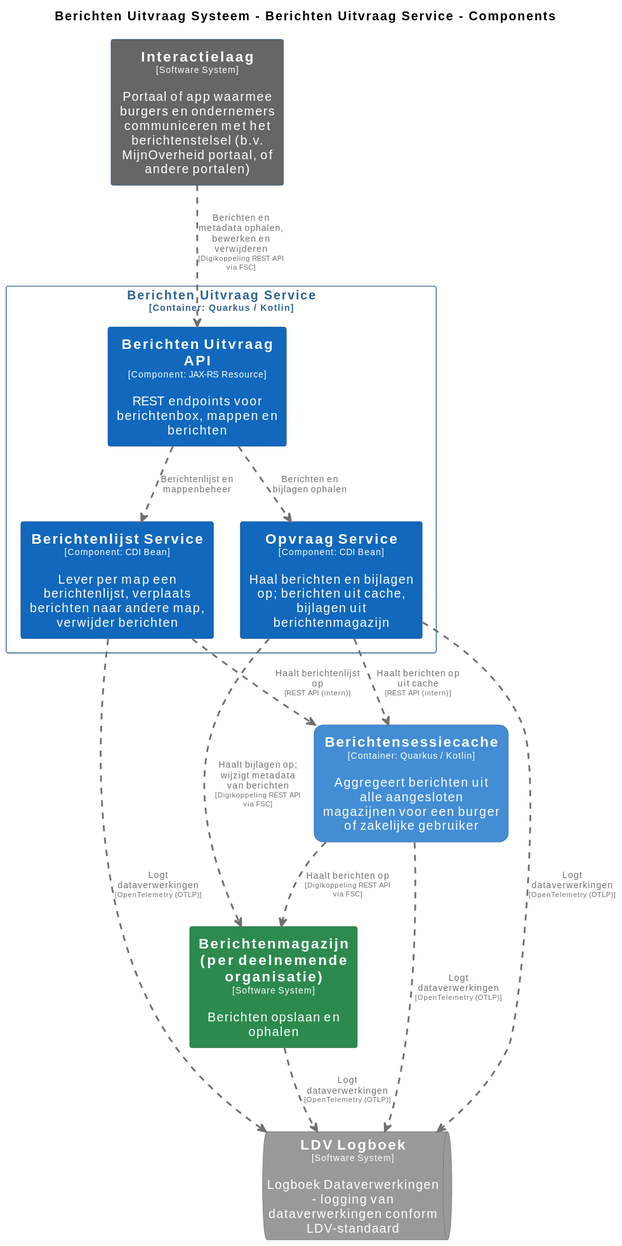
MinBZK/moza-poc-fbs-berichtenbox keeps this PlantUML diagram as pr-preview/pr-22/master/svg/BerichtenUitvraagServiceComponenten.svg. Above is the earlier version. Its source is kept beside it as pr-preview/pr-22/master/puml/BerichtenUitvraagServiceComponenten.puml.
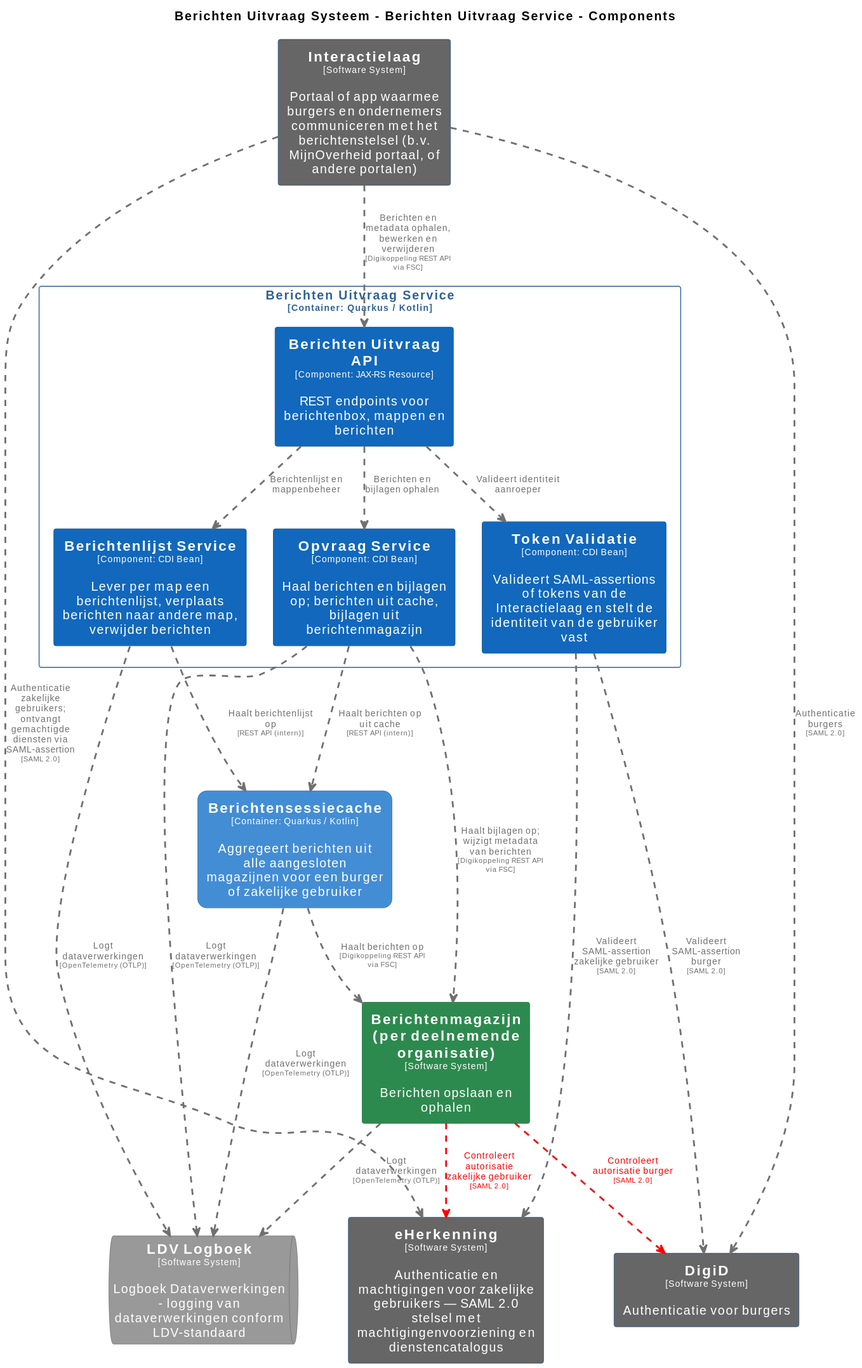
Later version of the same file.

What changed in the source:
```diff
@@ -40,6 +40,12 @@
   roundCorner 20
   shadowing false
 }
+skinparam rectangle<<DigiD>> {
+  BackgroundColor #666666
+  FontColor #ffffff
+  BorderColor #0b4884
+  shadowing false
+}
 skinparam rectangle<<Interactielaag>> {
   BackgroundColor #666666
   FontColor #ffffff
@@ -58,6 +64,18 @@
   BorderColor #0b4884
   shadowing false
 }
+skinparam rectangle<<BerichtenUitvraagSysteem.BerichtenUitvraagService.TokenValidatie>> {
+  BackgroundColor #1168bd
+  FontColor #ffffff
+  BorderColor #0b4884
+  shadowing false
+}
+skinparam rectangle<<eHerkenning>> {
+  BackgroundColor #666666
+  FontColor #ffffff
+  BorderColor #0b4884
+  shadowing false
+}
 skinparam rectangle<<BerichtenUitvraagSysteem.BerichtenUitvraagService>> {
   BorderColor #2e6295
   FontColor #2e6295
@@ -65,25 +83,35 @@
 }
 
 rectangle "==Interactielaag\n<size:10>[Software System]</size>\n\nPortaal of app waarmee burgers en ondernemers communiceren met het berichtenstelsel (b.v. MijnOverheid portaal, of andere portalen)" <<Interactielaag>> as Interactielaag
+rectangle "==eHerkenning\n<size:10>[Software System]</size>\n\nAuthenticatie en machtigingen voor zakelijke gebruikers — SAML 2.0 stelsel met machtigingenvoorziening en dienstencatalogus" <<eHerkenning>> as eHerkenning
+rectangle "==DigiD\n<size:10>[Software System]</size>\n\nAuthenticatie voor burgers" <<DigiD>> as DigiD
 rectangle "==Berichtenmagazijn (per deelnemende organisatie)\n<size:10>[Software System]</size>\n\nBerichten opslaan en ophalen" <<Berichtenmagazijnperdeelnemendeorganisatie>> as Berichtenmagazijnperdeelnemendeorganisatie
 rectangle "==Berichtensessiecache\n<size:10>[Container: Quarkus / Kotlin]</size>\n\nAggregeert berichten uit alle aangesloten magazijnen voor een burger of zakelijke gebruiker" <<BerichtenUitvraagSysteem.Berichtensessiecache>> as BerichtenUitvraagSysteem.Berichtensessiecache
 queue "==LDV Logboek\n<size:10>[Software System]</size>\n\nLogboek Dataverwerkingen - logging van dataverwerkingen conform LDV-standaard" <<LDVLogboek>> as LDVLogboek
 
 rectangle "Berichten Uitvraag Service\n<size:10>[Container: Quarkus / Kotlin]</size>" <<BerichtenUitvraagSysteem.BerichtenUitvraagService>> {
   rectangle "==Berichten Uitvraag API\n<size:10>[Component: JAX-RS Resource]</size>\n\nREST endpoints voor berichtenbox, mappen en berichten" <<BerichtenUitvraagSysteem.BerichtenUitvraagService.BerichtenUitvraagAPI>> as BerichtenUitvraagSysteem.BerichtenUitvraagService.BerichtenUitvraagAPI
+  rectangle "==Token Validatie\n<size:10>[Component: CDI Bean]</size>\n\nValideert SAML-assertions of tokens van de Interactielaag en stelt de identiteit van de gebruiker vast" <<BerichtenUitvraagSysteem.BerichtenUitvraagService.TokenValidatie>> as BerichtenUitvraagSysteem.BerichtenUitvraagService.TokenValidatie
   rectangle "==Berichtenlijst Service\n<size:10>[Component: CDI Bean]</size>\n\nLever per map een berichtenlijst, verplaats berichten naar andere map, verwijder berichten" <<BerichtenUitvraagSysteem.BerichtenUitvraagService.BerichtenlijstService>> as BerichtenUitvraagSysteem.BerichtenUitvraagService.BerichtenlijstService
   rectangle "==Opvraag Service\n<size:10>[Component: CDI Bean]</size>\n\nHaal berichten en bijlagen op; berichten uit cache, bijlagen uit berichtenmagazijn" <<BerichtenUitvraagSysteem.BerichtenUitvraagService.OpvraagService>> as BerichtenUitvraagSysteem.BerichtenUitvraagService.OpvraagService
 }
 
+BerichtenUitvraagSysteem.Berichtensessiecache .[#707070,thickness=2].> Berichtenmagazijnperdeelnemendeorganisatie : "<color:#707070>Haalt berichten op\n<color:#707070><size:8>[Digikoppeling REST API via FSC]</size>"
+Berichtenmagazijnperdeelnemendeorganisatie .[#ff0000,thickness=2].> eHerkenning : "<color:#ff0000>Controleert autorisatie zakelijke gebruiker\n<color:#ff0000><size:8>[SAML 2.0]</size>"
+Berichtenmagazijnperdeelnemendeorganisatie .[#ff0000,thickness=2].> DigiD : "<color:#ff0000>Controleert autorisatie burger\n<color:#ff0000><size:8>[SAML 2.0]</size>"
 Berichtenmagazijnperdeelnemendeorganisatie .[#707070,thickness=2].> LDVLogboek : "<color:#707070>Logt dataverwerkingen\n<color:#707070><size:8>[OpenTelemetry (OTLP)]</size>"
 BerichtenUitvraagSysteem.Berichtensessiecache .[#707070,thickness=2].> LDVLogboek : "<color:#707070>Logt dataverwerkingen\n<color:#707070><size:8>[OpenTelemetry (OTLP)]</size>"
 BerichtenUitvraagSysteem.BerichtenUitvraagService.BerichtenlijstService .[#707070,thickness=2].> LDVLogboek : "<color:#707070>Logt dataverwerkingen\n<color:#707070><size:8>[OpenTelemetry (OTLP)]</size>"
 BerichtenUitvraagSysteem.BerichtenUitvraagService.OpvraagService .[#707070,thickness=2].> LDVLogboek : "<color:#707070>Logt dataverwerkingen\n<color:#707070><size:8>[OpenTelemetry (OTLP)]</size>"
+BerichtenUitvraagSysteem.BerichtenUitvraagService.BerichtenUitvraagAPI .[#707070,thickness=2].> BerichtenUitvraagSysteem.BerichtenUitvraagService.TokenValidatie : "<color:#707070>Valideert identiteit aanroeper"
 BerichtenUitvraagSysteem.BerichtenUitvraagService.BerichtenUitvraagAPI .[#707070,thickness=2].> BerichtenUitvraagSysteem.BerichtenUitvraagService.BerichtenlijstService : "<color:#707070>Berichtenlijst en mappenbeheer"
 BerichtenUitvraagSysteem.BerichtenUitvraagService.BerichtenUitvraagAPI .[#707070,thickness=2].> BerichtenUitvraagSysteem.BerichtenUitvraagService.OpvraagService : "<color:#707070>Berichten en bijlagen ophalen"
 BerichtenUitvraagSysteem.BerichtenUitvraagService.OpvraagService .[#707070,thickness=2].> BerichtenUitvraagSysteem.Berichtensessiecache : "<color:#707070>Haalt berichten op uit cache\n<color:#707070><size:8>[REST API (intern)]</size>"
 BerichtenUitvraagSysteem.BerichtenUitvraagService.BerichtenlijstService .[#707070,thickness=2].> BerichtenUitvraagSysteem.Berichtensessiecache : "<color:#707070>Haalt berichtenlijst op\n<color:#707070><size:8>[REST API (intern)]</size>"
 Interactielaag .[#707070,thickness=2].> BerichtenUitvraagSysteem.BerichtenUitvraagService.BerichtenUitvraagAPI : "<color:#707070>Berichten en metadata ophalen, bewerken en verwijderen\n<color:#707070><size:8>[Digikoppeling REST API via FSC]</size>"
+Interactielaag .[#707070,thickness=2].> DigiD : "<color:#707070>Authenticatie burgers\n<color:#707070><size:8>[SAML 2.0]</size>"
+Interactielaag .[#707070,thickness=2].> eHerkenning : "<color:#707070>Authenticatie zakelijke gebruikers; ontvangt gemachtigde diensten via SAML-assertion\n<color:#707070><size:8>[SAML 2.0]</size>"
+BerichtenUitvraagSysteem.BerichtenUitvraagService.TokenValidatie .[#707070,thickness=2].> eHerkenning : "<color:#707070>Valideert SAML-assertion zakelijke gebruiker\n<color:#707070><size:8>[SAML 2.0]</size>"
+BerichtenUitvraagSysteem.BerichtenUitvraagService.TokenValidatie .[#707070,thickness=2].> DigiD : "<color:#707070>Valideert SAML-assertion burger\n<color:#707070><size:8>[SAML 2.0]</size>"
 BerichtenUitvraagSysteem.BerichtenUitvraagService.OpvraagService .[#707070,thickness=2].> Berichtenmagazijnperdeelnemendeorganisatie : "<color:#707070>Haalt bijlagen op; wijzigt metadata van berichten\n<color:#707070><size:8>[Digikoppeling REST API via FSC]</size>"
-BerichtenUitvraagSysteem.Berichtensessiecache .[#707070,thickness=2].> Berichtenmagazijnperdeelnemendeorganisatie : "<color:#707070>Haalt berichten op\n<color:#707070><size:8>[Digikoppeling REST API via FSC]</size>"
 @enduml
```
